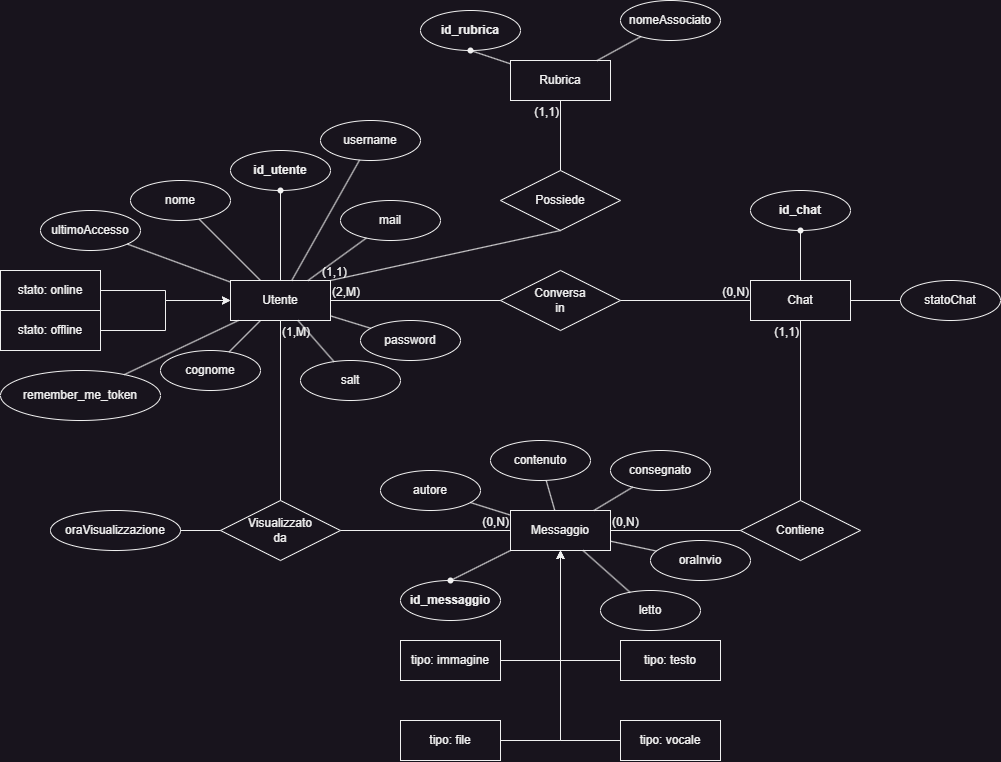
Before: Readme/ERChatApp.png, a diagram exported from draw.io (FanteyOfficial/ProgettoQuintaInformatica). Source tidied: cells renumbered, new cells last; positions are measured from the earlier drawing's top-left corner, leaving out a move shared by most shapes.
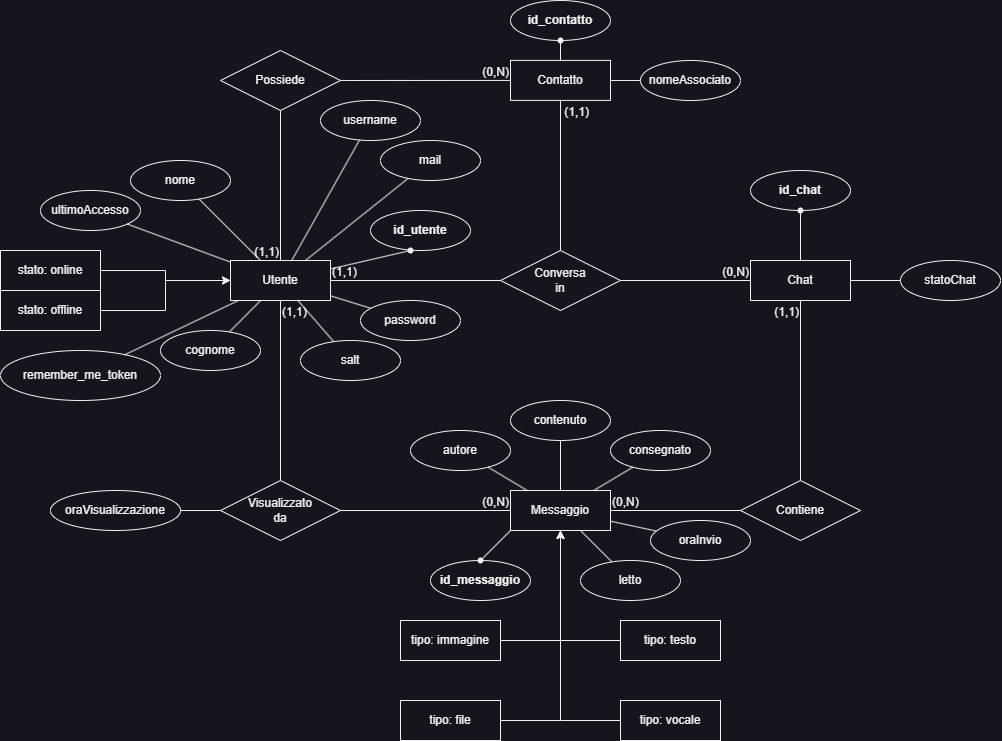
Later version of the same file.

Diff of the diagram source:
```diff
@@ -23,13 +23,13 @@
     <mxCell id="8" style="endArrow=none;html=1;rounded=0;exitX=1;exitY=0.5;exitDx=0;exitDy=0;entryX=0;entryY=0.5;entryDx=0;entryDy=0;" parent="1" edge="1" source="2" target="6">
       <mxGeometry relative="1" as="geometry" />
     </mxCell>
-    <mxCell id="9" value="(2,M)" style="html=1;whiteSpace=wrap;align=left;verticalAlign=bottom;" parent="8" vertex="1">
+    <mxCell id="9" value="(1,1)" style="html=1;whiteSpace=wrap;align=left;verticalAlign=bottom;" parent="8" vertex="1">
       <mxGeometry x="-1" relative="1" as="geometry" />
     </mxCell>
     <mxCell id="10" style="endArrow=none;html=1;rounded=0;exitX=0.5;exitY=1;exitDx=0;exitDy=0;entryX=0.5;entryY=0;entryDx=0;entryDy=0;" parent="1" edge="1" source="2" target="5">
       <mxGeometry relative="1" as="geometry" />
     </mxCell>
-    <mxCell id="11" value="(1,M)" style="html=1;whiteSpace=wrap;align=left;verticalAlign=bottom;" parent="10" vertex="1">
+    <mxCell id="11" value="(1,1)" style="html=1;whiteSpace=wrap;align=left;verticalAlign=bottom;" parent="10" vertex="1">
       <mxGeometry x="-1" relative="1" as="geometry">
         <mxPoint y="20" as="offset" />
       </mxGeometry>
@@ -80,10 +80,10 @@
       <mxGeometry x="750" y="190" width="100" height="40" as="geometry" />
     </mxCell>
     <mxCell id="25" value="mail" style="ellipse;whiteSpace=wrap;html=1;align=center;" parent="1" vertex="1">
-      <mxGeometry x="340" y="200" width="100" height="40" as="geometry" />
+      <mxGeometry x="380" y="160" width="100" height="40" as="geometry" />
     </mxCell>
     <mxCell id="26" value="&lt;b&gt;id_utente&lt;/b&gt;" style="ellipse;whiteSpace=wrap;html=1;align=center;" parent="1" vertex="1">
-      <mxGeometry x="230" y="150" width="100" height="40" as="geometry" />
+      <mxGeometry x="370" y="230" width="100" height="40" as="geometry" />
     </mxCell>
     <mxCell id="27" value="nome" style="ellipse;whiteSpace=wrap;html=1;align=center;" parent="1" vertex="1">
       <mxGeometry x="130" y="180" width="100" height="40" as="geometry" />
@@ -106,7 +106,7 @@
     <mxCell id="33" style="endArrow=none;html=1;rounded=0;" parent="1" edge="1" source="27" target="2">
       <mxGeometry relative="1" as="geometry" />
     </mxCell>
-    <mxCell id="34" style="endArrow=none;html=1;rounded=0;" parent="1" edge="1" source="2" target="26">
+    <mxCell id="34" style="endArrow=none;html=1;rounded=0;" parent="1" edge="1" source="37" target="26">
       <mxGeometry relative="1" as="geometry" />
     </mxCell>
     <mxCell id="35" style="endArrow=none;html=1;rounded=0;" parent="1" edge="1" source="25" target="2">
@@ -115,9 +115,6 @@
     <mxCell id="36" style="endArrow=none;html=1;rounded=0;" parent="1" edge="1" source="29" target="2">
       <mxGeometry relative="1" as="geometry" />
     </mxCell>
-    <mxCell id="37" style="shape=waypoint;sketch=0;fillStyle=solid;size=6;points=[];fillColor=none;perimeter=centerPerimeter;snapToPoint=1;" parent="1" vertex="1">
-      <mxGeometry x="270" y="180" width="20" height="20" as="geometry" />
-    </mxCell>
     <mxCell id="38" style="endArrow=none;html=1;rounded=0;exitDx=0;exitDy=0;entryX=0.5;entryY=0;entryDx=0;entryDy=0;" parent="1" edge="1" source="41" target="3">
       <mxGeometry relative="1" as="geometry" />
     </mxCell>
@@ -131,22 +128,22 @@
       <mxGeometry x="790" y="220" width="20" height="20" as="geometry" />
     </mxCell>
     <mxCell id="42" value="&lt;b&gt;id_messaggio&lt;/b&gt;" style="ellipse;whiteSpace=wrap;html=1;align=center;" parent="1" vertex="1">
-      <mxGeometry x="400" y="580" width="100" height="40" as="geometry" />
+      <mxGeometry x="430" y="580" width="100" height="40" as="geometry" />
     </mxCell>
     <mxCell id="43" value="contenuto" style="ellipse;whiteSpace=wrap;html=1;align=center;" parent="1" vertex="1">
-      <mxGeometry x="490" y="440" width="100" height="40" as="geometry" />
+      <mxGeometry x="510" y="420" width="100" height="40" as="geometry" />
     </mxCell>
     <mxCell id="44" value="oraInvio" style="ellipse;whiteSpace=wrap;html=1;align=center;" parent="1" vertex="1">
       <mxGeometry x="650" y="540" width="100" height="40" as="geometry" />
     </mxCell>
     <mxCell id="45" value="letto" style="ellipse;whiteSpace=wrap;html=1;align=center;" parent="1" vertex="1">
-      <mxGeometry x="600" y="590" width="100" height="40" as="geometry" />
+      <mxGeometry x="580" y="580" width="100" height="40" as="geometry" />
     </mxCell>
     <mxCell id="46" value="consegnato" style="ellipse;whiteSpace=wrap;html=1;align=center;" parent="1" vertex="1">
       <mxGeometry x="610" y="450" width="100" height="40" as="geometry" />
     </mxCell>
     <mxCell id="47" value="autore" style="ellipse;whiteSpace=wrap;html=1;align=center;" parent="1" vertex="1">
-      <mxGeometry x="380" y="470" width="100" height="40" as="geometry" />
+      <mxGeometry x="410" y="450" width="100" height="40" as="geometry" />
     </mxCell>
     <mxCell id="48" style="endArrow=none;html=1;rounded=0;" parent="1" edge="1" source="4" target="45">
       <mxGeometry relative="1" as="geometry" />
@@ -158,7 +155,7 @@
       <mxGeometry relative="1" as="geometry" />
     </mxCell>
     <mxCell id="51" style="shape=waypoint;sketch=0;fillStyle=solid;size=6;points=[];fillColor=none;perimeter=centerPerimeter;snapToPoint=1;" parent="1" vertex="1">
-      <mxGeometry x="440" y="570" width="20" height="20" as="geometry" />
+      <mxGeometry x="470" y="570" width="20" height="20" as="geometry" />
     </mxCell>
     <mxCell id="52" style="endArrow=none;html=1;rounded=0;" parent="1" edge="1" source="4" target="43">
       <mxGeometry relative="1" as="geometry" />
@@ -172,46 +169,6 @@
     <mxCell id="55" style="endArrow=none;html=1;rounded=0;" parent="1" edge="1" source="46" target="4">
       <mxGeometry relative="1" as="geometry" />
     </mxCell>
-    <mxCell id="56" value="Rubrica" style="whiteSpace=wrap;html=1;align=center;" parent="1" vertex="1">
-      <mxGeometry x="510" y="60" width="100" height="40" as="geometry" />
-    </mxCell>
-    <mxCell id="57" value="Possiede" style="shape=rhombus;perimeter=rhombusPerimeter;whiteSpace=wrap;html=1;align=center;" parent="1" vertex="1">
-      <mxGeometry x="500" y="170" width="120" height="60" as="geometry" />
-    </mxCell>
-    <mxCell id="58" style="endArrow=none;html=1;rounded=0;exitX=1;exitY=0;exitDx=0;exitDy=0;entryX=0.5;entryY=1;entryDx=0;entryDy=0;" parent="1" edge="1" source="2" target="57">
-      <mxGeometry relative="1" as="geometry" />
-    </mxCell>
-    <mxCell id="59" value="(1,1)" style="html=1;whiteSpace=wrap;align=left;verticalAlign=bottom;" parent="58" vertex="1">
-      <mxGeometry x="-1" relative="1" as="geometry">
-        <mxPoint x="-10" as="offset" />
-      </mxGeometry>
-    </mxCell>
-    <mxCell id="60" style="endArrow=none;html=1;rounded=0;exitX=0.5;exitY=0;exitDx=0;exitDy=0;entryX=0.5;entryY=1;entryDx=0;entryDy=0;" parent="1" edge="1" source="57" target="56">
-      <mxGeometry relative="1" as="geometry" />
-    </mxCell>
-    <mxCell id="61" value="(1,1)" style="html=1;whiteSpace=wrap;align=right;verticalAlign=bottom;" parent="60" vertex="1">
-      <mxGeometry x="1" relative="1" as="geometry">
-        <mxPoint y="20" as="offset" />
-      </mxGeometry>
-    </mxCell>
-    <mxCell id="62" value="&lt;b&gt;id_rubrica&lt;/b&gt;" style="ellipse;whiteSpace=wrap;html=1;align=center;" parent="1" vertex="1">
-      <mxGeometry x="420" y="10" width="100" height="40" as="geometry" />
-    </mxCell>
-    <mxCell id="63" value="nomeAssociato" style="ellipse;whiteSpace=wrap;html=1;align=center;" parent="1" vertex="1">
-      <mxGeometry x="620" width="100" height="40" as="geometry" />
-    </mxCell>
-    <mxCell id="64" style="endArrow=none;html=1;rounded=0;exitDx=0;exitDy=0;" parent="1" edge="1" source="67" target="56">
-      <mxGeometry relative="1" as="geometry" />
-    </mxCell>
-    <mxCell id="65" style="endArrow=none;html=1;rounded=0;" parent="1" edge="1" source="56" target="63">
-      <mxGeometry relative="1" as="geometry" />
-    </mxCell>
-    <mxCell id="66" style="endArrow=none;html=1;rounded=0;exitX=0.5;exitY=1;exitDx=0;exitDy=0;" parent="1" edge="1" source="62" target="67">
-      <mxGeometry relative="1" as="geometry" />
-    </mxCell>
-    <mxCell id="67" style="shape=waypoint;sketch=0;fillStyle=solid;size=6;points=[];fillColor=none;perimeter=centerPerimeter;snapToPoint=1;" parent="1" vertex="1">
-      <mxGeometry x="460" y="40" width="20" height="20" as="geometry" />
-    </mxCell>
     <mxCell id="68" style="edgeStyle=orthogonalEdgeStyle;rounded=0;jettySize=auto;html=1;" parent="1" edge="1" source="69" target="4">
       <mxGeometry relative="1" as="geometry" />
     </mxCell>
@@ -266,5 +223,55 @@
     <mxCell id="85" style="endArrow=none;html=1;rounded=0;" parent="1" edge="1" source="2" target="80">
       <mxGeometry relative="1" as="geometry" />
     </mxCell>
+    <mxCell id="86" value="Contatto" style="whiteSpace=wrap;html=1;align=center;" parent="1" vertex="1">
+      <mxGeometry x="510" y="79.9" width="100" height="40" as="geometry" />
+    </mxCell>
+    <mxCell id="57" value="Possiede" style="shape=rhombus;perimeter=rhombusPerimeter;whiteSpace=wrap;html=1;align=center;" parent="1" vertex="1">
+      <mxGeometry x="220" y="70" width="120" height="60" as="geometry" />
+    </mxCell>
+    <mxCell id="87" style="endArrow=none;html=1;rounded=0;" parent="1" edge="1" source="57" target="2">
+      <mxGeometry relative="1" as="geometry" />
+    </mxCell>
+    <mxCell id="88" value="(1,1)" style="html=1;whiteSpace=wrap;align=right;verticalAlign=bottom;" parent="87" vertex="1">
+      <mxGeometry x="1" relative="1" as="geometry" />
+    </mxCell>
+    <mxCell id="89" style="endArrow=none;html=1;rounded=0;" parent="1" edge="1" source="57" target="86">
+      <mxGeometry relative="1" as="geometry" />
+    </mxCell>
+    <mxCell id="90" value="(0,N)" style="html=1;whiteSpace=wrap;align=right;verticalAlign=bottom;" parent="89" vertex="1">
+      <mxGeometry x="1" relative="1" as="geometry" />
+    </mxCell>
+    <mxCell id="91" value="&lt;b&gt;id_contatto&lt;/b&gt;" style="ellipse;whiteSpace=wrap;html=1;align=center;" parent="1" vertex="1">
+      <mxGeometry x="510" y="20" width="100" height="40" as="geometry" />
+    </mxCell>
+    <mxCell id="92" style="endArrow=none;html=1;rounded=0;" parent="1" edge="1" source="94" target="86">
+      <mxGeometry relative="1" as="geometry" />
+    </mxCell>
+    <mxCell id="93" style="endArrow=none;html=1;rounded=0;" parent="1" edge="1" source="91" target="94">
+      <mxGeometry relative="1" as="geometry" />
+    </mxCell>
+    <mxCell id="94" style="shape=waypoint;sketch=0;fillStyle=solid;size=6;points=[];fillColor=none;perimeter=centerPerimeter;snapToPoint=1;" parent="1" vertex="1">
+      <mxGeometry x="550" y="50" width="20" height="20" as="geometry" />
+    </mxCell>
+    <mxCell id="63" value="nomeAssociato" style="ellipse;whiteSpace=wrap;html=1;align=center;" parent="1" vertex="1">
+      <mxGeometry x="640" y="80" width="100" height="40" as="geometry" />
+    </mxCell>
+    <mxCell id="95" style="endArrow=none;html=1;rounded=0;" parent="1" edge="1" source="86" target="63">
+      <mxGeometry relative="1" as="geometry" />
+    </mxCell>
+    <mxCell id="96" style="endArrow=none;html=1;rounded=0;" parent="1" edge="1" source="2" target="37">
+      <mxGeometry relative="1" as="geometry" />
+    </mxCell>
+    <mxCell id="37" style="shape=waypoint;sketch=0;fillStyle=solid;size=6;points=[];fillColor=none;perimeter=centerPerimeter;snapToPoint=1;" parent="1" vertex="1">
+      <mxGeometry x="400" y="260" width="20" height="20" as="geometry" />
+    </mxCell>
+    <mxCell id="97" style="endArrow=none;html=1;rounded=0;" parent="1" edge="1" source="6" target="86">
+      <mxGeometry relative="1" as="geometry" />
+    </mxCell>
+    <mxCell id="98" value="(1,1)" style="html=1;whiteSpace=wrap;align=right;verticalAlign=bottom;" parent="97" vertex="1">
+      <mxGeometry x="1" relative="1" as="geometry">
+        <mxPoint x="30" y="20" as="offset" />
+      </mxGeometry>
+    </mxCell>
   </root>
 </mxGraphModel>
```
